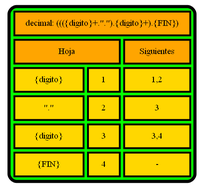
Earlier version of the Graphviz export SIGUIENTES_202004765/TablaSig_decimal.png (PikaGuty/OLC1_Proyecto1_202004765). Its source is kept beside it as SIGUIENTES_202004765/TablaSig_decimal.dot.
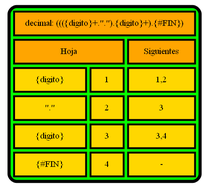
The same diagram one commit later.

Change to the diagram source:
```diff
@@ -2,7 +2,7 @@
   label=<
  <TABLE border="5" cellspacing="4" cellpadding="10" style="rounded" bgcolor="green" gradientangle="315">
 <TR>
-<TD border="3"  colspan="4" bgcolor="orange">decimal: ((({digito}+.".").{digito}+).{FIN})</TD>
+<TD border="3"  colspan="4" bgcolor="orange">decimal: ((({digito}+.".").{digito}+).{#FIN})</TD>
 </TR><TR>
 <TD border="3"  colspan="2" bgcolor="orange">Hoja</TD>
 <TD border="3"  colspan="2" bgcolor="orange">Siguientes</TD>
@@ -19,7 +19,7 @@
 <TD border="3"  bgcolor="gold">3</TD>
 <TD border="3"  colspan="2" bgcolor="gold">3,4</TD>
 </TR><TR>
-<TD border="3"  bgcolor="gold">{FIN}</TD>
+<TD border="3"  bgcolor="gold">{#FIN}</TD>
 <TD border="3"  bgcolor="gold">4</TD>
 <TD border="3"  colspan="2" bgcolor="gold">-</TD>
 </TR></TABLE>>
```
